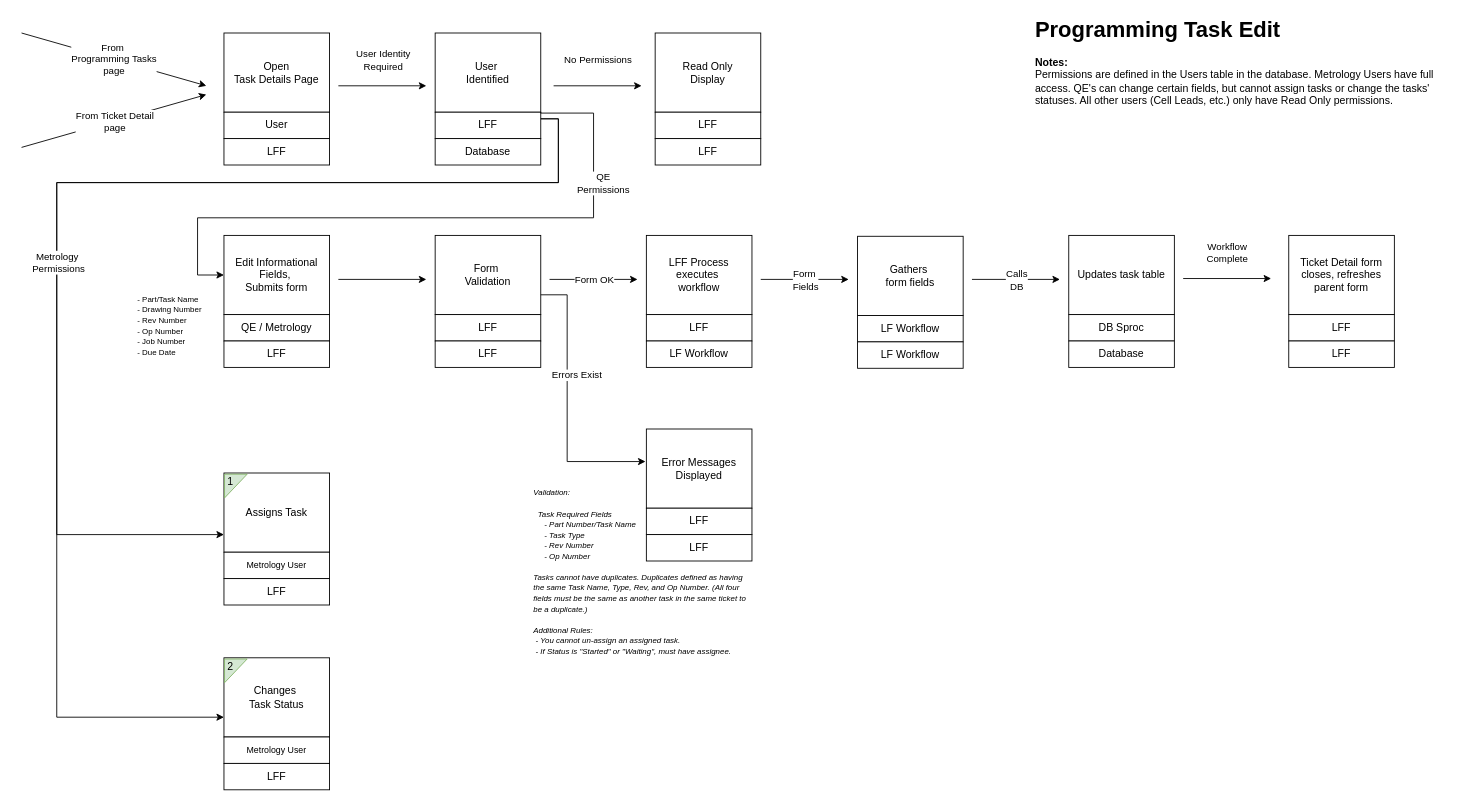
Before: page "Prog Task Edit" (2 of 6) of LFForms/MPM/Diagrams/UPN/Metrology Ticket System Processes.drawio in jeffreytwhitney/LFForms, a draw.io diagram. Source tidied: cells renumbered, new cells numbered last; positions are measured from the earlier drawing's top-left corner, leaving out a move shared by most shapes. Both pictures are drawn from the tidied source at 88%, with x=0, y=0 at pixel (21, 15).
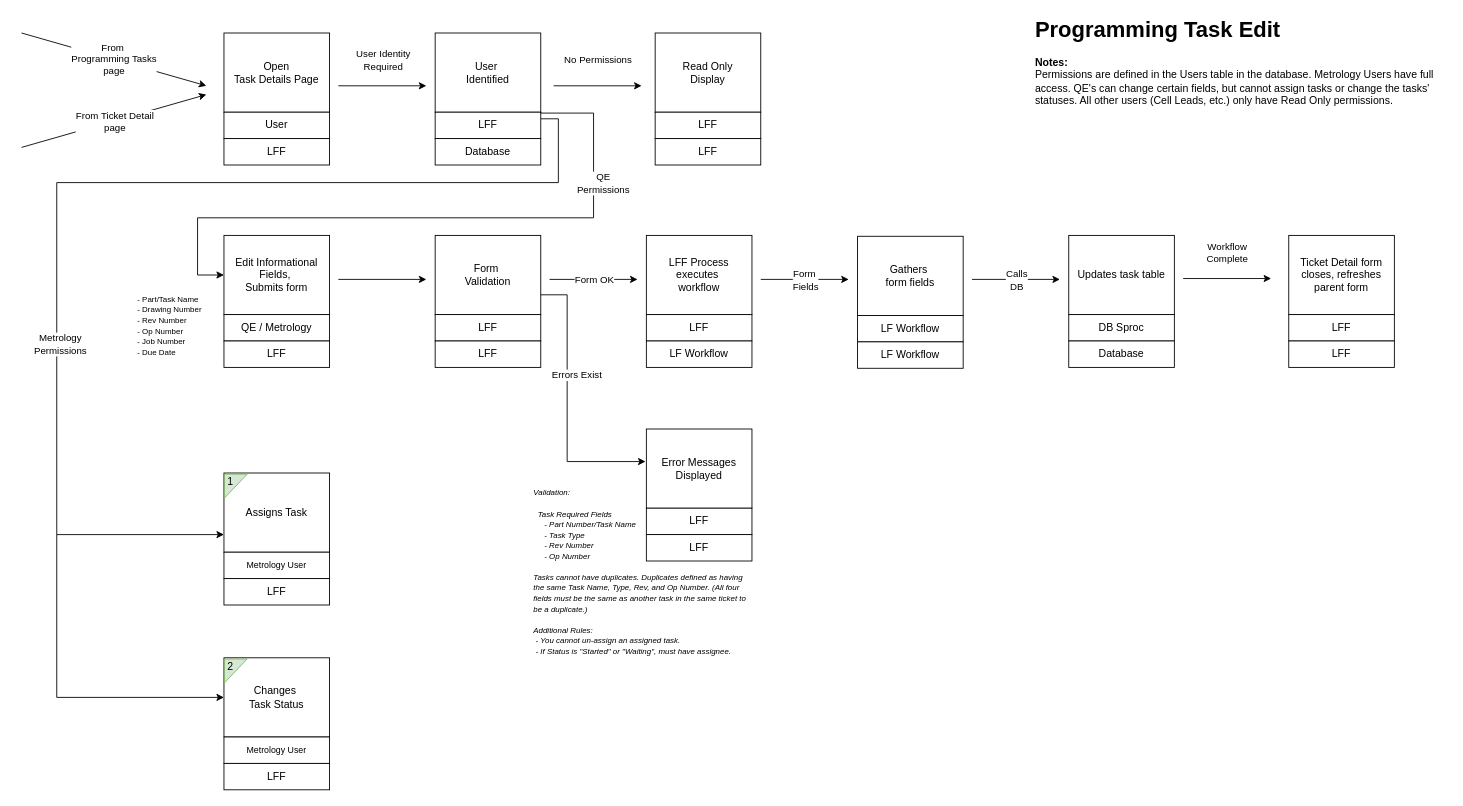
The same diagram, later.

The change refers to these unchanged cells:
```xml
<mxCell id="16" style="edgeStyle=orthogonalEdgeStyle;rounded=0;jettySize=auto;html=1;exitX=1;exitY=0.25;exitDx=0;exitDy=0;" parent="14" edge="1" source="17">
  <mxGeometry relative="1" as="geometry">
    <mxPoint x="-240" y="570" as="targetPoint" />
    <Array as="points">
      <mxPoint x="140" y="97" />
      <mxPoint x="140" y="170" />
      <mxPoint x="-430" y="170" />
      <mxPoint x="-430" y="570" />
    </Array>
  </mxGeometry>
</mxCell>
<mxCell id="17" value="LFF" style="rounded=0;whiteSpace=wrap;html=1;" parent="14" vertex="1">
  <mxGeometry y="90" width="120" height="30" as="geometry" />
</mxCell>
<mxCell id="68" value="Changes&amp;nbsp;&lt;div&gt;Task Status&lt;/div&gt;" style="rounded=0;whiteSpace=wrap;html=1;" parent="67" vertex="1">
  <mxGeometry width="120" height="90" as="geometry" />
</mxCell>
```

What changed in the source:
```diff
@@
+    <mxCell id="74" value="Metrology&lt;div&gt;Permissions&lt;/div&gt;" style="edgeLabel;html=1;align=center;verticalAlign=middle;" parent="16" vertex="1">
+      <mxGeometry x="0.35" y="3" relative="1" as="geometry">
+        <mxPoint y="1" as="offset" />
+      </mxGeometry>
+    </mxCell>
@@
-    <mxCell id="73" style="edgeStyle=orthogonalEdgeStyle;rounded=0;jettySize=auto;html=1;exitX=1;exitY=0.25;exitDx=0;exitDy=0;entryX=0;entryY=0.75;entryDx=0;entryDy=0;" parent="1" edge="1" source="17" target="68">
-      <mxGeometry relative="1" as="geometry">
-        <Array as="points">
-          <mxPoint x="610" y="117" />
-          <mxPoint x="610" y="190" />
-          <mxPoint x="40" y="190" />
-          <mxPoint x="40" y="797" />
-        </Array>
-      </mxGeometry>
-    </mxCell>
-    <mxCell id="74" value="Metrology&amp;nbsp;&lt;div&gt;Permissions&lt;/div&gt;" style="edgeLabel;html=1;align=center;verticalAlign=middle;" parent="73" vertex="1">
-      <mxGeometry x="-0.24" y="-1" relative="1" as="geometry">
-        <mxPoint x="-106" y="91" as="offset" />
-      </mxGeometry>
-    </mxCell>
@@
+    <mxCell id="82" style="endArrow=classic;html=1;rounded=0;edgeStyle=orthogonalEdgeStyle;entryX=0;entryY=0.5;entryDx=0;entryDy=0;" parent="1" edge="1" target="68">
+      <mxGeometry relative="1" as="geometry">
+        <mxPoint x="40" y="590" as="sourcePoint" />
+        <Array as="points">
+          <mxPoint x="40" y="775" />
+        </Array>
+      </mxGeometry>
+    </mxCell>
```
